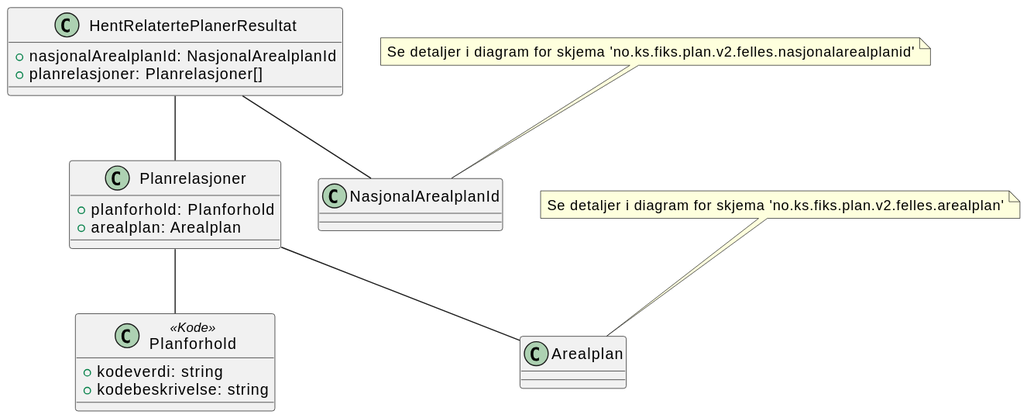
Before: Dokumentasjon/V2/ClassDiagrams/no.ks.fiks.plan.v2.innsyn.relaterteplaner.hent.resultat/relaterteplaner-hent-resultat.svg, a diagram exported from PlantUML (ks-no/fiks-plan-specification). Its diagram source:
```plantuml
@startuml
class HentRelatertePlanerResultat {
    +nasjonalArealplanId: NasjonalArealplanId
    +planrelasjoner: Planrelasjoner[]
}

class Planrelasjoner {
    +planforhold: Planforhold
    +arealplan: Arealplan
}

class Planforhold <<Kode>> {
    +kodeverdi: string
    +kodebeskrivelse: string
}

HentRelatertePlanerResultat -- NasjonalArealplanId
HentRelatertePlanerResultat -- Planrelasjoner
Planrelasjoner -- Arealplan
Planrelasjoner -- Planforhold

note top of NasjonalArealplanId : Se detaljer i diagram for skjema 'no.ks.fiks.plan.v2.felles.nasjonalarealplanid'
note top of Arealplan : Se detaljer i diagram for skjema 'no.ks.fiks.plan.v2.felles.arealplan'
@enduml
```
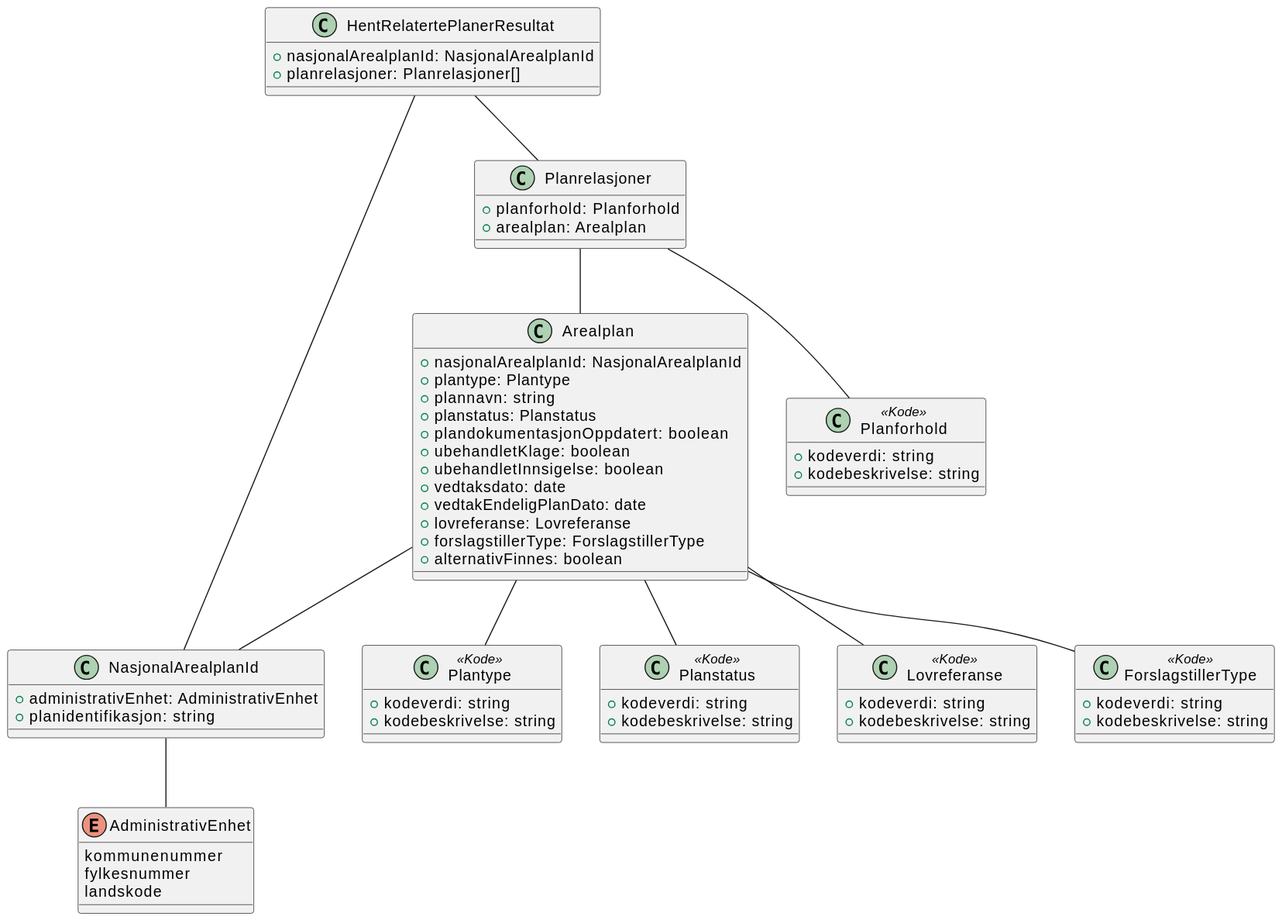
Later version of the same file.

Change to the diagram source:
```diff
@@ -1,4 +1,7 @@
 @startuml
+!include ./../no.ks.fiks.plan.v2.felles.arealplan/arealplan.pu
+!include ./../no.ks.fiks.plan.v2.felles.nasjonalarealplanid/nasjonalarealplanid.pu
+
 class HentRelatertePlanerResultat {
     +nasjonalArealplanId: NasjonalArealplanId
     +planrelasjoner: Planrelasjoner[]
@@ -18,7 +21,4 @@
 HentRelatertePlanerResultat -- Planrelasjoner
 Planrelasjoner -- Arealplan
 Planrelasjoner -- Planforhold
-
-note top of NasjonalArealplanId : Se detaljer i diagram for skjema 'no.ks.fiks.plan.v2.felles.nasjonalarealplanid'
-note top of Arealplan : Se detaljer i diagram for skjema 'no.ks.fiks.plan.v2.felles.arealplan'
 @enduml
```
